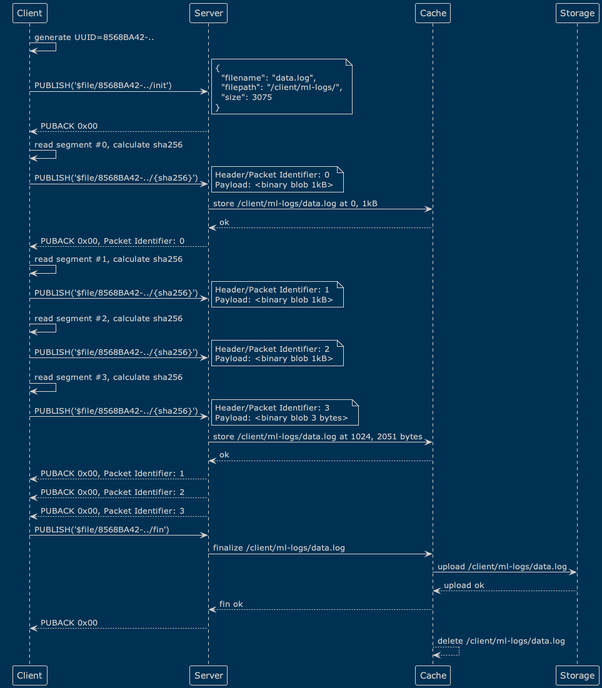
emqx/eip keeps this PlantUML diagram as active/0021-assets/flow-happy-path.png. Above is the earlier version.
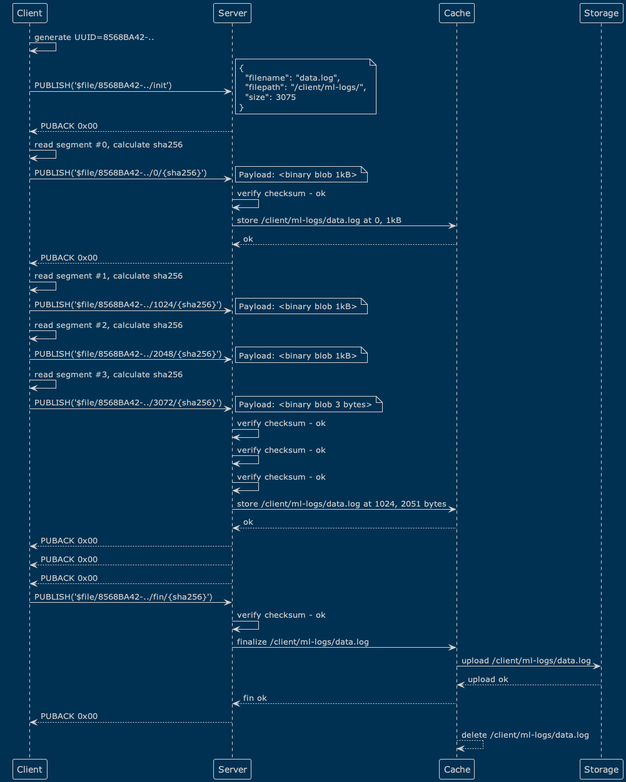
Later version of the same file.

Change to the diagram source:
```diff
@@ -11,38 +11,39 @@
 end note
 Server --> Client: PUBACK 0x00
 Client -> Client: read segment #0, calculate sha256
-Client -> Server: PUBLISH('$file/8568BA42-../{sha256}')
+Client -> Server: PUBLISH('$file/8568BA42-../0/{sha256}')
 note right
-Header/Packet Identifier: 0
 Payload: <binary blob 1kB>
 end note
+Server -> Server: verify checksum - ok
 Server -> Cache: store /client/ml-logs/data.log at 0, 1kB
 Cache --> Server: ok
-Server --> Client: PUBACK 0x00, Packet Identifier: 0
+Server --> Client: PUBACK 0x00
 Client -> Client: read segment #1, calculate sha256
-Client -> Server: PUBLISH('$file/8568BA42-../{sha256}')
+Client -> Server: PUBLISH('$file/8568BA42-../1024/{sha256}')
 note right
-Header/Packet Identifier: 1
 Payload: <binary blob 1kB>
 end note
 Client -> Client: read segment #2, calculate sha256
-Client -> Server: PUBLISH('$file/8568BA42-../{sha256}')
+Client -> Server: PUBLISH('$file/8568BA42-../2048/{sha256}')
 note right
-Header/Packet Identifier: 2
 Payload: <binary blob 1kB>
 end note
 Client -> Client: read segment #3, calculate sha256
-Client -> Server: PUBLISH('$file/8568BA42-../{sha256}')
+Client -> Server: PUBLISH('$file/8568BA42-../3072/{sha256}')
 note right
-Header/Packet Identifier: 3
 Payload: <binary blob 3 bytes>
 end note
+Server -> Server: verify checksum - ok
+Server -> Server: verify checksum - ok
+Server -> Server: verify checksum - ok
 Server -> Cache: store /client/ml-logs/data.log at 1024, 2051 bytes
 Cache --> Server: ok
-Server --> Client: PUBACK 0x00, Packet Identifier: 1
-Server --> Client: PUBACK 0x00, Packet Identifier: 2
-Server --> Client: PUBACK 0x00, Packet Identifier: 3
-Client -> Server: PUBLISH('$file/8568BA42-../fin')
+Server --> Client: PUBACK 0x00
+Server --> Client: PUBACK 0x00
+Server --> Client: PUBACK 0x00
+Client -> Server: PUBLISH('$file/8568BA42-../fin/{sha256}')
+Server -> Server: verify checksum - ok
 Server -> Cache: finalize /client/ml-logs/data.log
 Cache -> Storage: upload /client/ml-logs/data.log
 Storage --> Cache: upload ok
```
